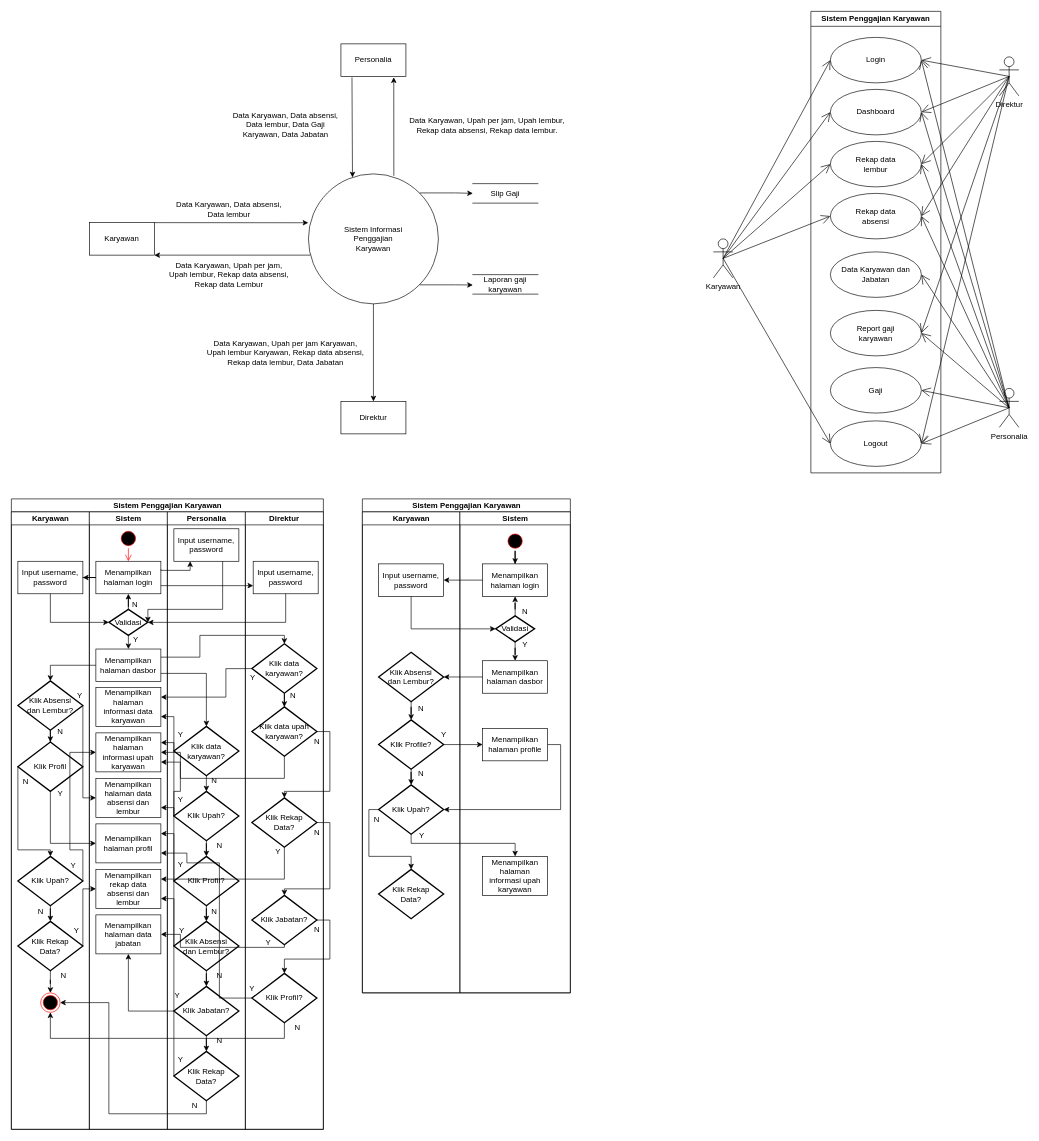
Earlier version of the draw.io diagram page "Halaman-1" (1 of 2) of DFD.drawio (dapzz-id/DrawIO). Source tidied: cells renumbered, new cells numbered last; positions are measured from the earlier drawing's top-left corner, leaving out a move shared by most shapes. Both pictures are drawn from the tidied source at 65%, with x=0, y=0 at pixel (11, 11).
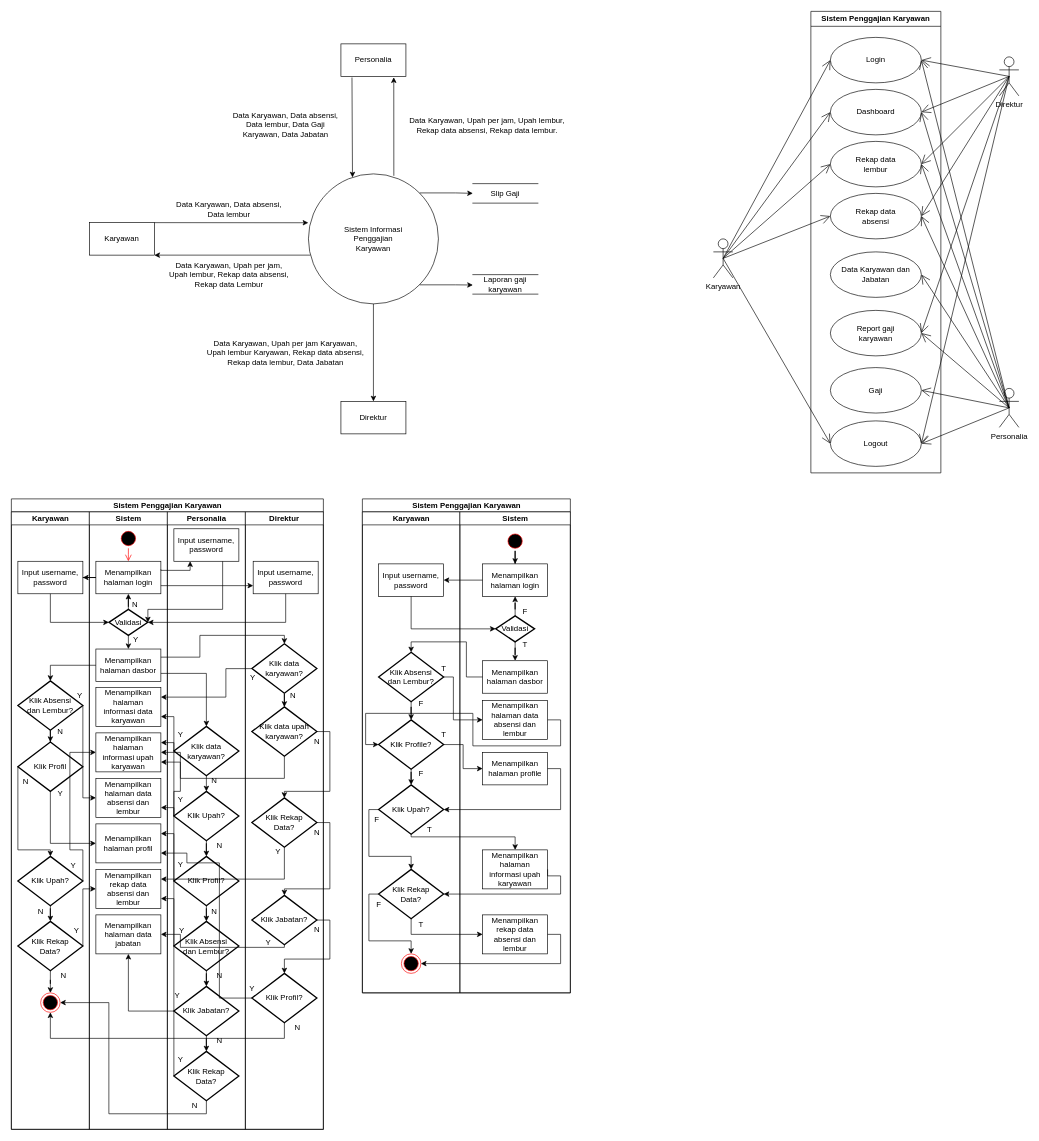
The same diagram, later.

The change refers to these unchanged cells:
```xml
<mxCell id="159" value="Sistem Penggajian Karyawan" style="swimlane;startSize=20;html=1;" parent="1" vertex="1">
  <mxGeometry x="540" y="750" width="320" height="760" as="geometry" />
</mxCell>
<mxCell id="160" value="Karyawan" style="swimlane;startSize=20;html=1;" parent="159" vertex="1">
  <mxGeometry y="20" width="150" height="740" as="geometry" />
</mxCell>
<mxCell id="163" value="Klik Absensi&lt;div&gt;dan Lembur?&lt;/div&gt;" style="strokeWidth=2;html=1;shape=mxgraph.flowchart.decision;whiteSpace=wrap;" parent="160" vertex="1">
  <mxGeometry x="25" y="216" width="100" height="76" as="geometry" />
</mxCell>
<mxCell id="165" value="Klik Profile?" style="strokeWidth=2;html=1;shape=mxgraph.flowchart.decision;whiteSpace=wrap;" parent="160" vertex="1">
  <mxGeometry x="25" y="320" width="100" height="76" as="geometry" />
</mxCell>
<mxCell id="166" value="Klik Upah?" style="strokeWidth=2;html=1;shape=mxgraph.flowchart.decision;whiteSpace=wrap;" parent="160" vertex="1">
  <mxGeometry x="25" y="420" width="100" height="76" as="geometry" />
</mxCell>
<mxCell id="169" value="Klik Rekap&lt;div&gt;Data?&lt;/div&gt;" style="strokeWidth=2;html=1;shape=mxgraph.flowchart.decision;whiteSpace=wrap;" parent="160" vertex="1">
  <mxGeometry x="25" y="550" width="100" height="76" as="geometry" />
</mxCell>
<mxCell id="171" value="Sistem" style="swimlane;startSize=20;html=1;" parent="159" vertex="1">
  <mxGeometry x="150" y="20" width="170" height="740" as="geometry" />
</mxCell>
<mxCell id="179" value="Menampilkan&lt;div&gt;halaman dasbor&lt;/div&gt;" style="html=1;dashed=0;whiteSpace=wrap;" parent="171" vertex="1">
  <mxGeometry x="35" y="229" width="100" height="50" as="geometry" />
</mxCell>
```

Diff of the diagram source:
```diff
@@
-    <mxCell id="167" value="Y" style="text;html=1;align=center;verticalAlign=middle;strokeColor=none;fillColor=none;" parent="160" vertex="1">
+    <mxCell id="167" value="T" style="text;html=1;align=center;verticalAlign=middle;strokeColor=none;fillColor=none;" parent="160" vertex="1">
       <mxGeometry x="110" y="328" width="30" height="30" as="geometry" />
     </mxCell>
-    <mxCell id="168" value="Y" style="text;html=1;align=center;verticalAlign=middle;strokeColor=none;fillColor=none;" parent="160" vertex="1">
-      <mxGeometry x="76" y="483" width="30" height="30" as="geometry" />
+    <mxCell id="168" value="T" style="text;html=1;align=center;verticalAlign=middle;strokeColor=none;fillColor=none;" parent="160" vertex="1">
+      <mxGeometry x="88" y="474" width="30" height="30" as="geometry" />
     </mxCell>
+    <mxCell id="192" style="edgeStyle=orthogonalEdgeStyle;rounded=0;jettySize=auto;html=1;exitX=0;exitY=0.5;exitDx=0;exitDy=0;exitPerimeter=0;entryX=0.5;entryY=0;entryDx=0;entryDy=0;" parent="160" edge="1" source="169" target="194">
+      <mxGeometry relative="1" as="geometry">
+        <Array as="points">
+          <mxPoint x="10" y="588" />
+          <mxPoint x="10" y="660" />
+          <mxPoint x="75" y="660" />
+        </Array>
+      </mxGeometry>
+    </mxCell>
@@
+    <mxCell id="193" value="T" style="text;html=1;align=center;verticalAlign=middle;strokeColor=none;fillColor=none;" parent="160" vertex="1">
+      <mxGeometry x="75" y="620" width="30" height="30" as="geometry" />
+    </mxCell>
+    <mxCell id="194" style="ellipse;html=1;shape=endState;fillColor=#000000;strokeColor=#ff0000;" parent="160" vertex="1">
+      <mxGeometry x="60" y="680" width="30" height="30" as="geometry" />
+    </mxCell>
+    <mxCell id="189" value="F" style="text;html=1;align=center;verticalAlign=middle;strokeColor=none;fillColor=none;" parent="160" vertex="1">
+      <mxGeometry x="75" y="280" width="30" height="30" as="geometry" />
+    </mxCell>
+    <mxCell id="195" value="F" style="text;html=1;align=center;verticalAlign=middle;strokeColor=none;fillColor=none;" parent="160" vertex="1">
+      <mxGeometry x="10" y="590" width="30" height="30" as="geometry" />
+    </mxCell>
+    <mxCell id="196" value="T" style="text;html=1;align=center;verticalAlign=middle;strokeColor=none;fillColor=none;" parent="160" vertex="1">
+      <mxGeometry x="110" y="226" width="30" height="30" as="geometry" />
+    </mxCell>
@@
-    <mxCell id="178" value="N" style="text;html=1;align=center;verticalAlign=middle;strokeColor=none;fillColor=none;" parent="171" vertex="1">
+    <mxCell id="178" value="F" style="text;html=1;align=center;verticalAlign=middle;strokeColor=none;fillColor=none;" parent="171" vertex="1">
       <mxGeometry x="85" y="138" width="30" height="30" as="geometry" />
     </mxCell>
@@
-    <mxCell id="180" value="Y" style="text;html=1;align=center;verticalAlign=middle;strokeColor=none;fillColor=none;" parent="171" vertex="1">
+    <mxCell id="180" value="T" style="text;html=1;align=center;verticalAlign=middle;strokeColor=none;fillColor=none;" parent="171" vertex="1">
       <mxGeometry x="85" y="190" width="30" height="30" as="geometry" />
     </mxCell>
     <mxCell id="181" value="Menampilkan&lt;div&gt;halaman profile&lt;/div&gt;" style="html=1;dashed=0;whiteSpace=wrap;" parent="171" vertex="1">
-      <mxGeometry x="35" y="333" width="100" height="50" as="geometry" />
+      <mxGeometry x="35" y="370" width="100" height="50" as="geometry" />
     </mxCell>
     <mxCell id="182" value="Menampilkan&lt;div&gt;halaman informasi upah&lt;/div&gt;&lt;div&gt;karyawan&lt;/div&gt;" style="html=1;dashed=0;whiteSpace=wrap;" parent="171" vertex="1">
-      <mxGeometry x="35" y="530" width="100" height="60" as="geometry" />
+      <mxGeometry x="35" y="520" width="100" height="60" as="geometry" />
     </mxCell>
+    <mxCell id="197" value="Menampilkan rekap data absensi dan lembur" style="html=1;dashed=0;whiteSpace=wrap;" parent="171" vertex="1">
+      <mxGeometry x="35" y="620" width="100" height="60" as="geometry" />
+    </mxCell>
+    <mxCell id="198" value="Menampilkan&lt;div&gt;halaman data absensi dan lembur&lt;/div&gt;" style="html=1;dashed=0;whiteSpace=wrap;" parent="171" vertex="1">
+      <mxGeometry x="35" y="290" width="100" height="60" as="geometry" />
+    </mxCell>
@@
-    <mxCell id="185" style="edgeStyle=orthogonalEdgeStyle;rounded=0;jettySize=auto;html=1;exitX=0;exitY=0.5;exitDx=0;exitDy=0;entryX=1;entryY=0.5;entryDx=0;entryDy=0;entryPerimeter=0;" parent="159" edge="1" source="179" target="163">
-      <mxGeometry relative="1" as="geometry" />
-    </mxCell>
@@
     <mxCell id="188" style="edgeStyle=orthogonalEdgeStyle;rounded=0;jettySize=auto;html=1;exitX=0.5;exitY=1;exitDx=0;exitDy=0;exitPerimeter=0;entryX=0.5;entryY=0;entryDx=0;entryDy=0;" parent="159" edge="1" source="166" target="182">
       <mxGeometry relative="1" as="geometry">
         <Array as="points">
-          <mxPoint x="75" y="530" />
-          <mxPoint x="235" y="530" />
+          <mxPoint x="75" y="520" />
+          <mxPoint x="235" y="520" />
         </Array>
       </mxGeometry>
     </mxCell>
-    <mxCell id="189" value="N" style="text;html=1;align=center;verticalAlign=middle;strokeColor=none;fillColor=none;" parent="1" vertex="1">
-      <mxGeometry x="615" y="1058" width="30" height="30" as="geometry" />
-    </mxCell>
+    <mxCell id="185" style="edgeStyle=orthogonalEdgeStyle;rounded=0;jettySize=auto;html=1;exitX=0;exitY=0.5;exitDx=0;exitDy=0;entryX=0.5;entryY=0;entryDx=0;entryDy=0;entryPerimeter=0;" parent="159" edge="1" source="179" target="163">
+      <mxGeometry relative="1" as="geometry">
+        <Array as="points">
+          <mxPoint x="160" y="274" />
+          <mxPoint x="160" y="220" />
+          <mxPoint x="75" y="220" />
+        </Array>
+      </mxGeometry>
+    </mxCell>
+    <mxCell id="199" style="edgeStyle=orthogonalEdgeStyle;rounded=0;jettySize=auto;html=1;exitX=1;exitY=0.5;exitDx=0;exitDy=0;exitPerimeter=0;entryX=0;entryY=0.5;entryDx=0;entryDy=0;" parent="159" edge="1" source="163" target="198">
+      <mxGeometry relative="1" as="geometry">
+        <Array as="points">
+          <mxPoint x="140" y="274" />
+          <mxPoint x="140" y="340" />
+        </Array>
+      </mxGeometry>
+    </mxCell>
+    <mxCell id="200" style="edgeStyle=orthogonalEdgeStyle;rounded=0;jettySize=auto;html=1;exitX=1;exitY=0.5;exitDx=0;exitDy=0;entryX=0;entryY=0.5;entryDx=0;entryDy=0;entryPerimeter=0;" parent="159" edge="1" source="198" target="165">
+      <mxGeometry relative="1" as="geometry">
+        <Array as="points">
+          <mxPoint x="305" y="340" />
+          <mxPoint x="305" y="380" />
+          <mxPoint x="170" y="380" />
+          <mxPoint x="170" y="330" />
+          <mxPoint x="5" y="330" />
+          <mxPoint x="5" y="378" />
+        </Array>
+      </mxGeometry>
+    </mxCell>
+    <mxCell id="201" style="edgeStyle=orthogonalEdgeStyle;rounded=0;jettySize=auto;html=1;exitX=1;exitY=0.5;exitDx=0;exitDy=0;entryX=1;entryY=0.5;entryDx=0;entryDy=0;entryPerimeter=0;" parent="159" edge="1" source="182" target="169">
+      <mxGeometry relative="1" as="geometry">
+        <Array as="points">
+          <mxPoint x="285" y="580" />
+          <mxPoint x="305" y="580" />
+          <mxPoint x="305" y="608" />
+        </Array>
+      </mxGeometry>
+    </mxCell>
+    <mxCell id="202" style="edgeStyle=orthogonalEdgeStyle;rounded=0;jettySize=auto;html=1;exitX=0.5;exitY=1;exitDx=0;exitDy=0;exitPerimeter=0;entryX=0;entryY=0.5;entryDx=0;entryDy=0;" parent="159" edge="1" source="169" target="197">
+      <mxGeometry relative="1" as="geometry" />
+    </mxCell>
+    <mxCell id="203" style="edgeStyle=orthogonalEdgeStyle;rounded=0;jettySize=auto;html=1;exitX=1;exitY=0.5;exitDx=0;exitDy=0;entryX=1;entryY=0.5;entryDx=0;entryDy=0;" parent="159" edge="1" source="197" target="194">
+      <mxGeometry relative="1" as="geometry">
+        <Array as="points">
+          <mxPoint x="305" y="670" />
+          <mxPoint x="305" y="715" />
+        </Array>
+      </mxGeometry>
+    </mxCell>
-    <mxCell id="190" value="N" style="text;html=1;align=center;verticalAlign=middle;strokeColor=none;fillColor=none;" parent="1" vertex="1">
+    <mxCell id="190" value="F" style="text;html=1;align=center;verticalAlign=middle;strokeColor=none;fillColor=none;" parent="1" vertex="1">
       <mxGeometry x="615" y="1158" width="30" height="30" as="geometry" />
     </mxCell>
-    <mxCell id="191" value="N" style="text;html=1;align=center;verticalAlign=middle;strokeColor=none;fillColor=none;" parent="1" vertex="1">
+    <mxCell id="191" value="F" style="text;html=1;align=center;verticalAlign=middle;strokeColor=none;fillColor=none;" parent="1" vertex="1">
       <mxGeometry x="547" y="1228" width="30" height="30" as="geometry" />
     </mxCell>
```
